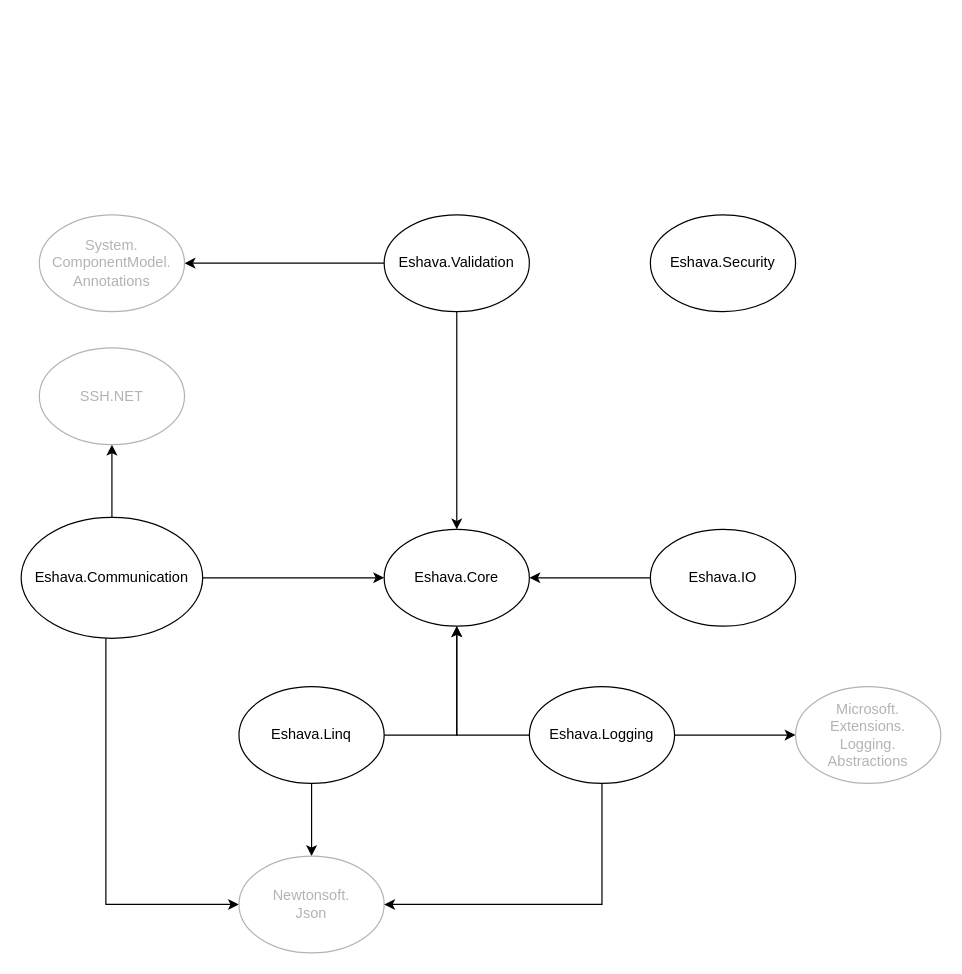
Earlier version of the draw.io diagram Eshava.Core.Dependencies.drawio (eshava/core). Source tidied: cells renumbered, new cells numbered last; positions are measured from the earlier drawing's top-left corner, leaving out a move shared by most shapes. Both pictures are drawn from the tidied source at 121%, with x=0, y=0 at pixel (21, 214).
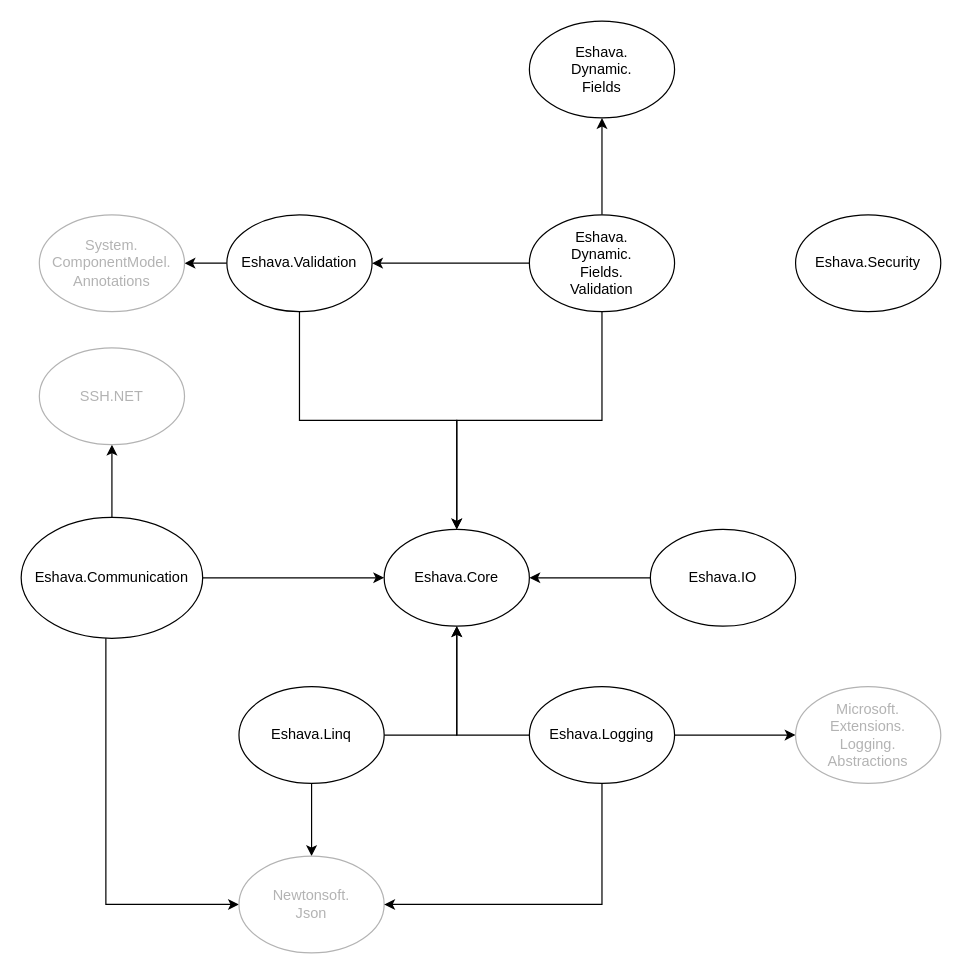
After the change.

Commit message (it also covers changes not shown here):
[Dynamic.Fields] Adjusted readme file and project dependency diagram - remove direct dependecies for dynamic.fields and dynamic.fields.validation

The change refers to these unchanged cells:
```xml
<mxCell id="2" value="Eshava.Core" style="ellipse;whiteSpace=wrap;html=1;" parent="1" vertex="1">
  <mxGeometry x="300" y="260" width="120" height="80" as="geometry" />
</mxCell>
```

Change to the diagram source:
```diff
@@
     <mxCell id="11" value="Eshava.Security" style="ellipse;whiteSpace=wrap;html=1;" parent="1" vertex="1">
-      <mxGeometry x="520" width="120" height="80" as="geometry" />
+      <mxGeometry x="640" width="120" height="80" as="geometry" />
     </mxCell>
@@
     <mxCell id="13" style="edgeStyle=orthogonalEdgeStyle;rounded=0;jettySize=auto;html=1;" parent="1" edge="1" source="14" target="2">
-      <mxGeometry relative="1" as="geometry" />
+      <mxGeometry relative="1" as="geometry">
+        <Array as="points">
+          <mxPoint x="230" y="170" />
+          <mxPoint x="360" y="170" />
+        </Array>
+      </mxGeometry>
     </mxCell>
     <mxCell id="14" value="Eshava.Validation" style="ellipse;whiteSpace=wrap;html=1;" parent="1" vertex="1">
-      <mxGeometry x="300" width="120" height="80" as="geometry" />
+      <mxGeometry x="170" width="120" height="80" as="geometry" />
     </mxCell>
@@
+    <mxCell id="24" value="&lt;div&gt;Eshava.&lt;/div&gt;&lt;div&gt;Dynamic.&lt;/div&gt;&lt;div&gt;Fields&lt;br&gt;&lt;/div&gt;" style="ellipse;whiteSpace=wrap;html=1;" parent="1" vertex="1">
+      <mxGeometry x="420" y="-160" width="120" height="80" as="geometry" />
+    </mxCell>
+    <mxCell id="25" style="edgeStyle=orthogonalEdgeStyle;rounded=0;jettySize=auto;html=1;" parent="1" edge="1" source="28" target="24">
+      <mxGeometry relative="1" as="geometry" />
+    </mxCell>
+    <mxCell id="26" style="edgeStyle=orthogonalEdgeStyle;rounded=0;jettySize=auto;html=1;" parent="1" edge="1" source="28" target="2">
+      <mxGeometry relative="1" as="geometry">
+        <Array as="points">
+          <mxPoint x="480" y="170" />
+          <mxPoint x="360" y="170" />
+        </Array>
+      </mxGeometry>
+    </mxCell>
+    <mxCell id="27" style="edgeStyle=orthogonalEdgeStyle;rounded=0;jettySize=auto;html=1;" parent="1" edge="1" source="28" target="14">
+      <mxGeometry relative="1" as="geometry" />
+    </mxCell>
+    <mxCell id="28" value="&lt;div&gt;Eshava.&lt;/div&gt;&lt;div&gt;Dynamic.&lt;/div&gt;&lt;div&gt;Fields.&lt;/div&gt;&lt;div&gt;Validation&lt;br&gt;&lt;/div&gt;" style="ellipse;whiteSpace=wrap;html=1;" parent="1" vertex="1">
+      <mxGeometry x="420" width="120" height="80" as="geometry" />
+    </mxCell>
```
